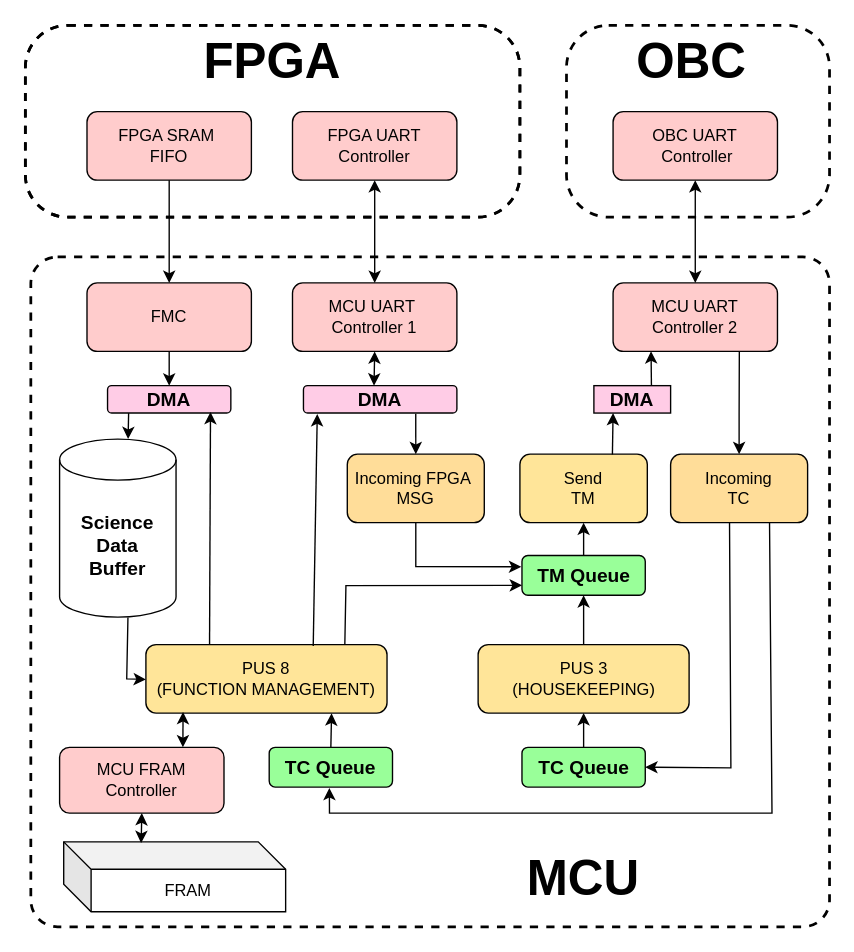
WhiskeySierraPapa/LP-Software-uC-SP-MThesis-2025 keeps this draw.io diagram as Software_Architecture_DataHub.drawio. Above is the earlier version. Source tidied: cells renumbered, new cells numbered last; positions are measured from the earlier drawing's top-left corner, leaving out a move shared by most shapes. Both pictures are drawn from the tidied source at 137%, with x=0, y=0 at pixel (25, 25).
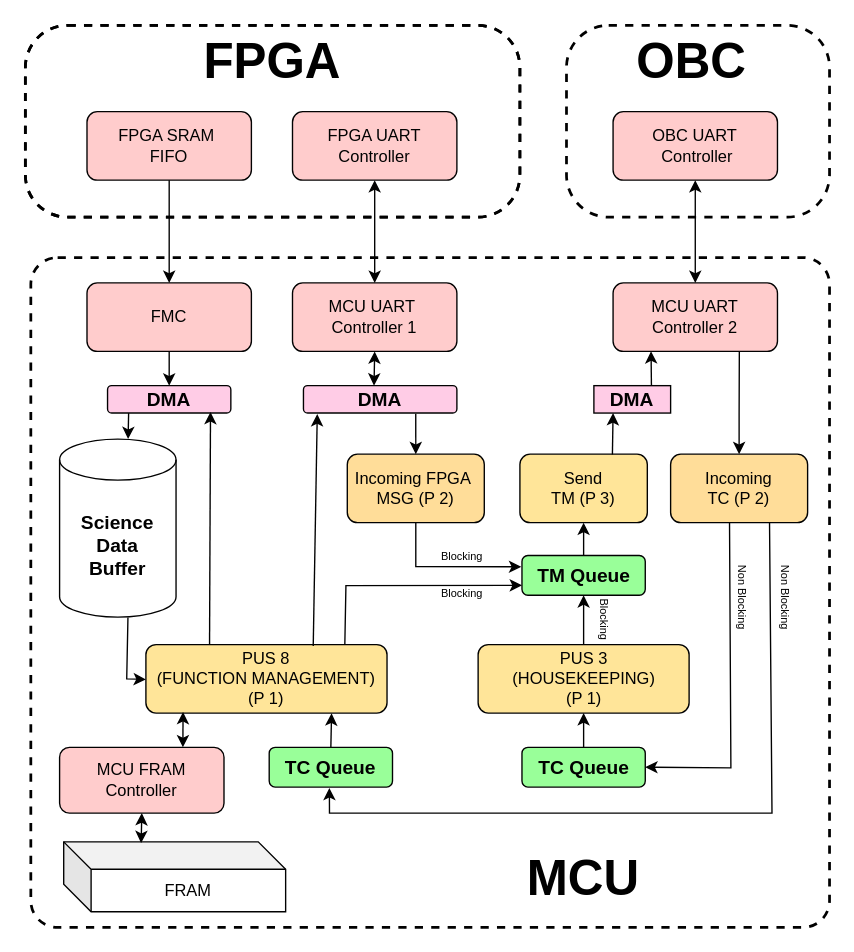
The same page after the edit.

The edit, as a diff of the source:
```diff
@@
-    <mxCell id="2" value="Incoming&#10;TC" style="rounded=1;whiteSpace=wrap;fillColor=#FFDD99;" parent="1" vertex="1">
+    <mxCell id="2" value="Incoming&#10;TC (P 2)" style="rounded=1;whiteSpace=wrap;fillColor=#FFDD99;" parent="1" vertex="1">
       <mxGeometry x="471" y="313" width="100" height="50" as="geometry" />
     </mxCell>
-    <mxCell id="3" value="PUS 8&#10;(FUNCTION MANAGEMENT)" style="rounded=1;whiteSpace=wrap;fillColor=#FFE599;" parent="1" vertex="1">
+    <mxCell id="3" value="PUS 8&#10;(FUNCTION MANAGEMENT)&#10;(P 1)" style="rounded=1;whiteSpace=wrap;fillColor=#FFE599;" parent="1" vertex="1">
       <mxGeometry x="88" y="452" width="176" height="50" as="geometry" />
     </mxCell>
-    <mxCell id="4" value="PUS 3&#10;(HOUSEKEEPING)" style="rounded=1;whiteSpace=wrap;fillColor=#FFE599;" parent="1" vertex="1">
+    <mxCell id="4" value="PUS 3&#10;(HOUSEKEEPING)&#10;(P 1)" style="rounded=1;whiteSpace=wrap;fillColor=#FFE599;" parent="1" vertex="1">
       <mxGeometry x="330.5" y="452" width="154" height="50" as="geometry" />
     </mxCell>
-    <mxCell id="5" value="Send&#10;TM" style="rounded=1;whiteSpace=wrap;fillColor=#FFE599;" parent="1" vertex="1">
+    <mxCell id="5" value="Send&#10;TM (P 3)" style="rounded=1;whiteSpace=wrap;fillColor=#FFE599;" parent="1" vertex="1">
       <mxGeometry x="361" y="313" width="93" height="50" as="geometry" />
     </mxCell>
@@
-    <mxCell id="13" value="Incoming FPGA &#10;MSG" style="rounded=1;whiteSpace=wrap;fillColor=#FFDD99;" parent="1" vertex="1">
+    <mxCell id="13" value="Incoming FPGA &#10;MSG (P 2)" style="rounded=1;whiteSpace=wrap;fillColor=#FFDD99;" parent="1" vertex="1">
       <mxGeometry x="235" y="313" width="100" height="50" as="geometry" />
     </mxCell>
@@
+    <mxCell id="43" style="rounded=1;whiteSpace=wrap;html=1;arcSize=4;strokeColor=#000000;dashed=1;strokeWidth=2;fillColor=#FFFFFF;fillOpacity=0.3;" parent="1" vertex="1">
+      <mxGeometry x="4" y="169.5" width="583" height="489" as="geometry" />
+    </mxCell>
@@
-    <mxCell id="43" style="rounded=1;whiteSpace=wrap;html=1;arcSize=4;strokeColor=#000000;dashed=1;strokeWidth=2;fillColor=#FFFFFF;fillOpacity=0.3;" parent="1" vertex="1">
-      <mxGeometry x="4" y="169" width="583" height="489" as="geometry" />
-    </mxCell>
@@
+    <mxCell id="52" value="&lt;font style=&quot;font-size: 8px;&quot;&gt;Non Blocking&amp;nbsp;&lt;/font&gt;" style="text;html=1;align=center;verticalAlign=middle;whiteSpace=wrap;rounded=0;rotation=90;" parent="1" vertex="1">
+      <mxGeometry x="510" y="411" width="92" height="16" as="geometry" />
+    </mxCell>
+    <mxCell id="53" value="&lt;font style=&quot;font-size: 8px;&quot;&gt;Non Blocking&amp;nbsp;&lt;/font&gt;" style="text;html=1;align=center;verticalAlign=middle;whiteSpace=wrap;rounded=0;rotation=90;" parent="1" vertex="1">
+      <mxGeometry x="479" y="411" width="92" height="16" as="geometry" />
+    </mxCell>
+    <mxCell id="54" value="&lt;span style=&quot;font-size: 8px;&quot;&gt;Blocking&lt;/span&gt;" style="text;html=1;align=center;verticalAlign=middle;whiteSpace=wrap;rounded=0;rotation=0;" parent="1" vertex="1">
+      <mxGeometry x="273" y="406" width="92" height="16" as="geometry" />
+    </mxCell>
+    <mxCell id="55" value="&lt;span style=&quot;font-size: 8px;&quot;&gt;Blocking&lt;/span&gt;" style="text;html=1;align=center;verticalAlign=middle;whiteSpace=wrap;rounded=0;rotation=0;" parent="1" vertex="1">
+      <mxGeometry x="273" y="379" width="92" height="16" as="geometry" />
+    </mxCell>
+    <mxCell id="56" value="&lt;span style=&quot;font-size: 8px;&quot;&gt;Blocking&lt;/span&gt;" style="text;html=1;align=center;verticalAlign=middle;whiteSpace=wrap;rounded=0;rotation=90;" parent="1" vertex="1">
+      <mxGeometry x="404" y="429" width="40" height="10" as="geometry" />
+    </mxCell>
```
